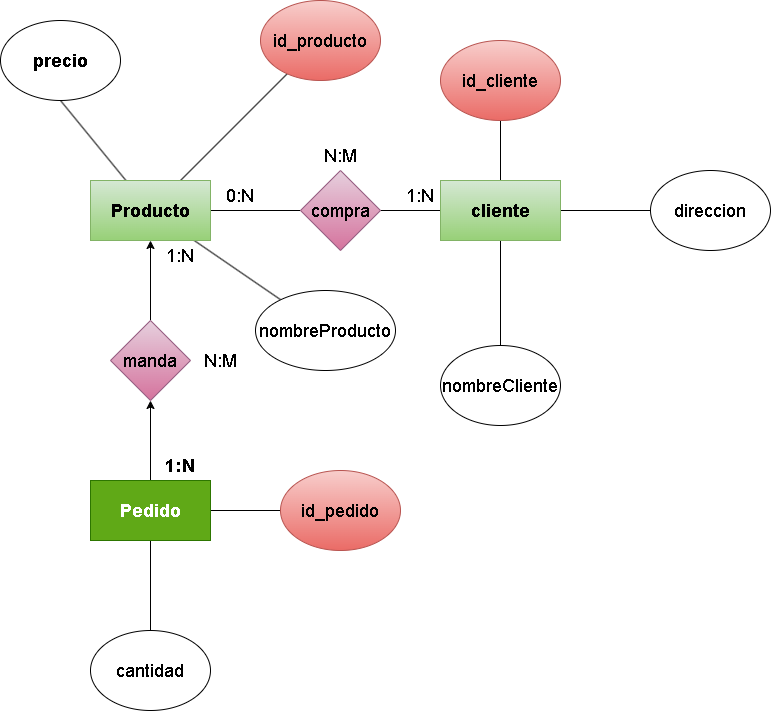
Above: Normalizacion/img/Ejercicio02.drawio.png in Darkoscurito/Base-de-datos (draw.io), before the change. Source tidied: cells renumbered, new cells last; positions are measured from the earlier drawing's top-left corner, leaving out a move shared by most shapes. Source of this version:
```xml
<mxGraphModel>
  <root>
    <mxCell id="0" />
    <mxCell id="1" parent="0" />
    <mxCell id="2" style="edgeStyle=none;html=1;entryX=0.5;entryY=1;entryDx=0;entryDy=0;fontSize=18;endArrow=none;endFill=0;" parent="1" edge="1" source="6" target="7">
      <mxGeometry relative="1" as="geometry" />
    </mxCell>
    <mxCell id="3" style="edgeStyle=none;html=1;fontSize=18;endArrow=none;endFill=0;" parent="1" edge="1" source="6" target="9">
      <mxGeometry relative="1" as="geometry" />
    </mxCell>
    <mxCell id="4" style="edgeStyle=none;html=1;fontSize=18;endArrow=none;endFill=0;" parent="1" edge="1" source="6" target="14">
      <mxGeometry relative="1" as="geometry" />
    </mxCell>
    <mxCell id="5" style="edgeStyle=none;html=1;fontSize=18;endArrow=none;endFill=0;" parent="1" edge="1" source="6" target="15">
      <mxGeometry relative="1" as="geometry" />
    </mxCell>
    <mxCell id="6" value="&lt;b&gt;&lt;font style=&quot;font-size: 18px;&quot;&gt;Producto&lt;/font&gt;&lt;/b&gt;" style="rounded=0;whiteSpace=wrap;html=1;fillColor=#d5e8d4;gradientColor=#97d077;strokeColor=#82b366;" parent="1" vertex="1">
      <mxGeometry x="90" y="180" width="120" height="60" as="geometry" />
    </mxCell>
    <mxCell id="7" value="&lt;b&gt;&lt;font style=&quot;font-size: 18px;&quot;&gt;precio&lt;/font&gt;&lt;/b&gt;" style="ellipse;whiteSpace=wrap;html=1;" parent="1" vertex="1">
      <mxGeometry y="20" width="120" height="80" as="geometry" />
    </mxCell>
    <mxCell id="8" style="edgeStyle=none;html=1;entryX=0;entryY=0.5;entryDx=0;entryDy=0;fontSize=18;endArrow=none;endFill=0;" parent="1" edge="1" source="9" target="13">
      <mxGeometry relative="1" as="geometry" />
    </mxCell>
    <mxCell id="9" value="compra" style="rhombus;whiteSpace=wrap;html=1;fontSize=18;fillColor=#e6d0de;gradientColor=#d5739d;strokeColor=#996185;" parent="1" vertex="1">
      <mxGeometry x="300" y="170" width="80" height="80" as="geometry" />
    </mxCell>
    <mxCell id="10" style="edgeStyle=none;html=1;fontSize=18;endArrow=none;endFill=0;" parent="1" edge="1" source="13" target="16">
      <mxGeometry relative="1" as="geometry" />
    </mxCell>
    <mxCell id="11" style="edgeStyle=none;html=1;entryX=0.5;entryY=0;entryDx=0;entryDy=0;fontSize=18;endArrow=none;endFill=0;" parent="1" edge="1" source="13" target="30">
      <mxGeometry relative="1" as="geometry" />
    </mxCell>
    <mxCell id="12" style="edgeStyle=none;html=1;fontSize=18;endArrow=none;endFill=0;" parent="1" edge="1" source="13" target="31">
      <mxGeometry relative="1" as="geometry" />
    </mxCell>
    <mxCell id="13" value="&lt;b&gt;&lt;font style=&quot;font-size: 18px;&quot;&gt;cliente&lt;/font&gt;&lt;/b&gt;" style="rounded=0;whiteSpace=wrap;html=1;fillColor=#d5e8d4;gradientColor=#97d077;strokeColor=#82b366;" parent="1" vertex="1">
      <mxGeometry x="440" y="180" width="120" height="60" as="geometry" />
    </mxCell>
    <mxCell id="14" value="nombreProducto" style="ellipse;whiteSpace=wrap;html=1;fontSize=18;" parent="1" vertex="1">
      <mxGeometry x="255" y="290" width="140" height="80" as="geometry" />
    </mxCell>
    <mxCell id="15" value="id_producto" style="ellipse;whiteSpace=wrap;html=1;fontSize=18;fillColor=#f8cecc;gradientColor=#ea6b66;strokeColor=#b85450;" parent="1" vertex="1">
      <mxGeometry x="260" width="120" height="80" as="geometry" />
    </mxCell>
    <mxCell id="16" value="id_cliente" style="ellipse;whiteSpace=wrap;html=1;fontSize=18;fillColor=#f8cecc;gradientColor=#ea6b66;strokeColor=#b85450;" parent="1" vertex="1">
      <mxGeometry x="440" y="40" width="120" height="80" as="geometry" />
    </mxCell>
    <mxCell id="17" value="0:N" style="text;html=1;strokeColor=none;fillColor=none;align=center;verticalAlign=middle;whiteSpace=wrap;rounded=0;fontSize=18;" parent="1" vertex="1">
      <mxGeometry x="210" y="180" width="60" height="30" as="geometry" />
    </mxCell>
    <mxCell id="18" value="1:N" style="text;html=1;strokeColor=none;fillColor=none;align=center;verticalAlign=middle;whiteSpace=wrap;rounded=0;fontSize=18;" parent="1" vertex="1">
      <mxGeometry x="390" y="180" width="60" height="30" as="geometry" />
    </mxCell>
    <mxCell id="19" value="N:M" style="text;html=1;strokeColor=none;fillColor=none;align=center;verticalAlign=middle;whiteSpace=wrap;rounded=0;fontSize=18;" parent="1" vertex="1">
      <mxGeometry x="310" y="140" width="60" height="30" as="geometry" />
    </mxCell>
    <mxCell id="20" style="edgeStyle=none;html=1;entryX=0.5;entryY=1;entryDx=0;entryDy=0;" parent="1" edge="1" source="23" target="25">
      <mxGeometry relative="1" as="geometry" />
    </mxCell>
    <mxCell id="21" style="edgeStyle=none;html=1;fontSize=18;endArrow=none;endFill=0;" parent="1" edge="1" source="23" target="29">
      <mxGeometry relative="1" as="geometry" />
    </mxCell>
    <mxCell id="22" style="edgeStyle=none;html=1;fontSize=18;endArrow=none;endFill=0;" parent="1" edge="1" source="23" target="32">
      <mxGeometry relative="1" as="geometry" />
    </mxCell>
    <mxCell id="23" value="&lt;b&gt;&lt;font style=&quot;font-size: 18px;&quot;&gt;Pedido&lt;/font&gt;&lt;/b&gt;" style="rounded=0;whiteSpace=wrap;html=1;fillColor=#60a917;strokeColor=#2D7600;fontColor=#ffffff;" parent="1" vertex="1">
      <mxGeometry x="90" y="480" width="120" height="60" as="geometry" />
    </mxCell>
    <mxCell id="24" style="edgeStyle=none;html=1;" parent="1" edge="1" source="25" target="6">
      <mxGeometry relative="1" as="geometry" />
    </mxCell>
    <mxCell id="25" value="manda" style="rhombus;whiteSpace=wrap;html=1;fontSize=18;fillColor=#e6d0de;gradientColor=#d5739d;strokeColor=#996185;" parent="1" vertex="1">
      <mxGeometry x="110" y="320" width="80" height="80" as="geometry" />
    </mxCell>
    <mxCell id="26" value="&lt;b&gt;&lt;font style=&quot;font-size: 18px;&quot;&gt;1:N&lt;/font&gt;&lt;/b&gt;" style="text;html=1;strokeColor=none;fillColor=none;align=center;verticalAlign=middle;whiteSpace=wrap;rounded=0;" parent="1" vertex="1">
      <mxGeometry x="150" y="450" width="60" height="30" as="geometry" />
    </mxCell>
    <mxCell id="27" value="N:M" style="text;html=1;strokeColor=none;fillColor=none;align=center;verticalAlign=middle;whiteSpace=wrap;rounded=0;fontSize=18;" parent="1" vertex="1">
      <mxGeometry x="190" y="345" width="60" height="30" as="geometry" />
    </mxCell>
    <mxCell id="28" value="1:N" style="text;html=1;strokeColor=none;fillColor=none;align=center;verticalAlign=middle;whiteSpace=wrap;rounded=0;fontSize=18;" parent="1" vertex="1">
      <mxGeometry x="150" y="240" width="60" height="30" as="geometry" />
    </mxCell>
    <mxCell id="29" value="id_pedido" style="ellipse;whiteSpace=wrap;html=1;fontSize=18;fillColor=#f8cecc;gradientColor=#ea6b66;strokeColor=#b85450;" parent="1" vertex="1">
      <mxGeometry x="280" y="470" width="120" height="80" as="geometry" />
    </mxCell>
    <mxCell id="30" value="nombreCliente" style="ellipse;whiteSpace=wrap;html=1;fontSize=18;" parent="1" vertex="1">
      <mxGeometry x="440" y="345" width="120" height="80" as="geometry" />
    </mxCell>
    <mxCell id="31" value="direccion" style="ellipse;whiteSpace=wrap;html=1;fontSize=18;" parent="1" vertex="1">
      <mxGeometry x="650" y="170" width="120" height="80" as="geometry" />
    </mxCell>
    <mxCell id="32" value="cantidad" style="ellipse;whiteSpace=wrap;html=1;fontSize=18;" parent="1" vertex="1">
      <mxGeometry x="90" y="630" width="120" height="80" as="geometry" />
    </mxCell>
  </root>
</mxGraphModel>
```
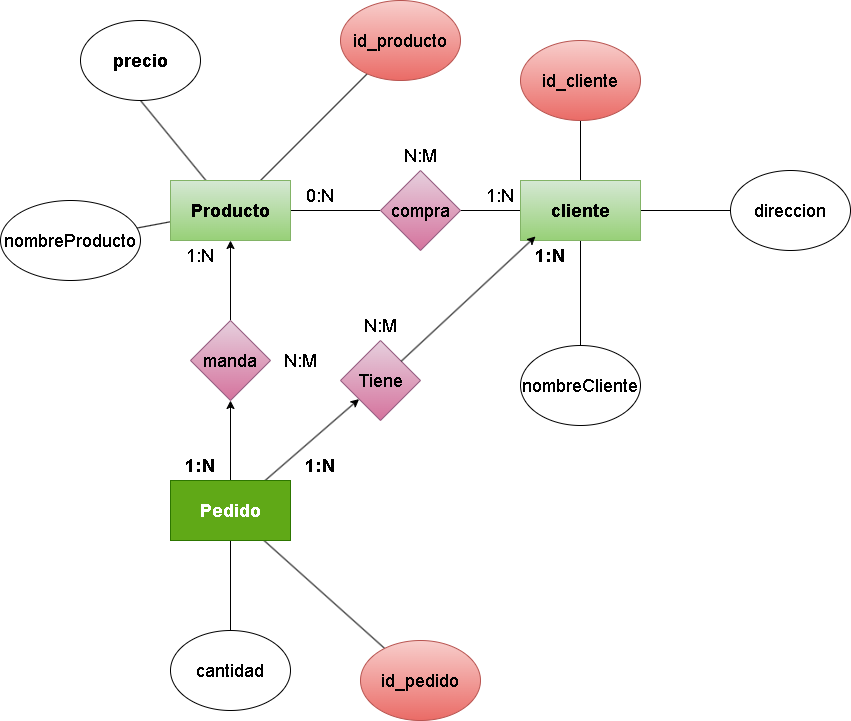
Later version of the same file.

Change to the diagram source:
```diff
@@ -39,7 +39,7 @@
       <mxGeometry x="440" y="180" width="120" height="60" as="geometry" />
     </mxCell>
     <mxCell id="14" value="nombreProducto" style="ellipse;whiteSpace=wrap;html=1;fontSize=18;" parent="1" vertex="1">
-      <mxGeometry x="255" y="290" width="140" height="80" as="geometry" />
+      <mxGeometry x="-80" y="200" width="140" height="80" as="geometry" />
     </mxCell>
     <mxCell id="15" value="id_producto" style="ellipse;whiteSpace=wrap;html=1;fontSize=18;fillColor=#f8cecc;gradientColor=#ea6b66;strokeColor=#b85450;" parent="1" vertex="1">
       <mxGeometry x="260" width="120" height="80" as="geometry" />
@@ -65,6 +65,9 @@
     <mxCell id="22" style="edgeStyle=none;html=1;fontSize=18;endArrow=none;endFill=0;" parent="1" edge="1" source="23" target="32">
       <mxGeometry relative="1" as="geometry" />
     </mxCell>
+    <mxCell id="33" style="edgeStyle=none;html=1;" parent="1" edge="1" source="23" target="34">
+      <mxGeometry relative="1" as="geometry" />
+    </mxCell>
     <mxCell id="23" value="&lt;b&gt;&lt;font style=&quot;font-size: 18px;&quot;&gt;Pedido&lt;/font&gt;&lt;/b&gt;" style="rounded=0;whiteSpace=wrap;html=1;fillColor=#60a917;strokeColor=#2D7600;fontColor=#ffffff;" parent="1" vertex="1">
       <mxGeometry x="90" y="480" width="120" height="60" as="geometry" />
     </mxCell>
@@ -75,16 +78,16 @@
       <mxGeometry x="110" y="320" width="80" height="80" as="geometry" />
     </mxCell>
     <mxCell id="26" value="&lt;b&gt;&lt;font style=&quot;font-size: 18px;&quot;&gt;1:N&lt;/font&gt;&lt;/b&gt;" style="text;html=1;strokeColor=none;fillColor=none;align=center;verticalAlign=middle;whiteSpace=wrap;rounded=0;" parent="1" vertex="1">
-      <mxGeometry x="150" y="450" width="60" height="30" as="geometry" />
+      <mxGeometry x="90" y="450" width="60" height="30" as="geometry" />
     </mxCell>
     <mxCell id="27" value="N:M" style="text;html=1;strokeColor=none;fillColor=none;align=center;verticalAlign=middle;whiteSpace=wrap;rounded=0;fontSize=18;" parent="1" vertex="1">
       <mxGeometry x="190" y="345" width="60" height="30" as="geometry" />
     </mxCell>
     <mxCell id="28" value="1:N" style="text;html=1;strokeColor=none;fillColor=none;align=center;verticalAlign=middle;whiteSpace=wrap;rounded=0;fontSize=18;" parent="1" vertex="1">
-      <mxGeometry x="150" y="240" width="60" height="30" as="geometry" />
+      <mxGeometry x="90" y="240" width="60" height="30" as="geometry" />
     </mxCell>
     <mxCell id="29" value="id_pedido" style="ellipse;whiteSpace=wrap;html=1;fontSize=18;fillColor=#f8cecc;gradientColor=#ea6b66;strokeColor=#b85450;" parent="1" vertex="1">
-      <mxGeometry x="280" y="470" width="120" height="80" as="geometry" />
+      <mxGeometry x="280" y="640" width="120" height="80" as="geometry" />
     </mxCell>
     <mxCell id="30" value="nombreCliente" style="ellipse;whiteSpace=wrap;html=1;fontSize=18;" parent="1" vertex="1">
       <mxGeometry x="440" y="345" width="120" height="80" as="geometry" />
@@ -95,5 +98,20 @@
     <mxCell id="32" value="cantidad" style="ellipse;whiteSpace=wrap;html=1;fontSize=18;" parent="1" vertex="1">
       <mxGeometry x="90" y="630" width="120" height="80" as="geometry" />
     </mxCell>
+    <mxCell id="34" value="Tiene" style="rhombus;whiteSpace=wrap;html=1;fontSize=18;fillColor=#e6d0de;gradientColor=#d5739d;strokeColor=#996185;" parent="1" vertex="1">
+      <mxGeometry x="260" y="340" width="80" height="80" as="geometry" />
+    </mxCell>
+    <mxCell id="35" style="edgeStyle=none;html=1;entryX=0.125;entryY=0.933;entryDx=0;entryDy=0;entryPerimeter=0;" parent="1" edge="1" source="34" target="13">
+      <mxGeometry relative="1" as="geometry" />
+    </mxCell>
+    <mxCell id="36" value="&lt;b&gt;&lt;font style=&quot;font-size: 18px;&quot;&gt;1:N&lt;/font&gt;&lt;/b&gt;" style="text;html=1;strokeColor=none;fillColor=none;align=center;verticalAlign=middle;whiteSpace=wrap;rounded=0;" parent="1" vertex="1">
+      <mxGeometry x="440" y="240" width="60" height="30" as="geometry" />
+    </mxCell>
+    <mxCell id="37" value="&lt;b&gt;&lt;font style=&quot;font-size: 18px;&quot;&gt;1:N&lt;/font&gt;&lt;/b&gt;" style="text;html=1;strokeColor=none;fillColor=none;align=center;verticalAlign=middle;whiteSpace=wrap;rounded=0;" parent="1" vertex="1">
+      <mxGeometry x="210" y="450" width="60" height="30" as="geometry" />
+    </mxCell>
+    <mxCell id="38" value="N:M" style="text;html=1;strokeColor=none;fillColor=none;align=center;verticalAlign=middle;whiteSpace=wrap;rounded=0;fontSize=18;" parent="1" vertex="1">
+      <mxGeometry x="270" y="310" width="60" height="30" as="geometry" />
+    </mxCell>
   </root>
 </mxGraphModel>
```
